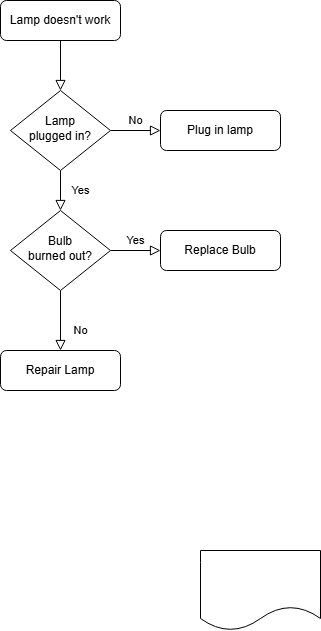
Earlier version of the draw.io export naver_mate.drawio.png (DEV-Kiseong/Algorithm). Source tidied: cells renumbered, new cells last; positions are measured from the earlier drawing's top-left corner, leaving out a move shared by most shapes.
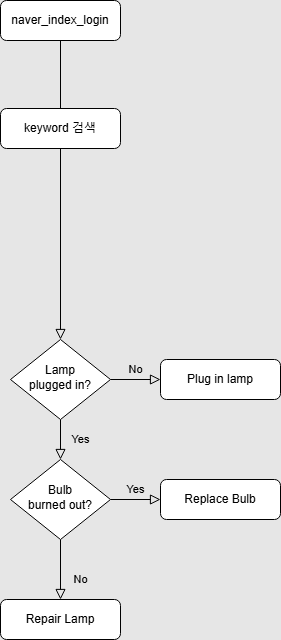
The same file after the commit.

Change to the diagram source:
```diff
@@ -1,42 +1,45 @@
-<mxGraphModel>
+<mxGraphModel background="#E6E6E6">
   <root>
     <mxCell id="0" />
     <mxCell id="1" parent="0" />
-    <mxCell id="2" style="rounded=0;html=1;jettySize=auto;fontSize=11;endArrow=block;endFill=0;endSize=8;strokeWidth=1;shadow=0;labelBackgroundColor=none;edgeStyle=orthogonalEdgeStyle;" parent="1" edge="1" source="3" target="6">
-      <mxGeometry relative="1" as="geometry" />
-    </mxCell>
-    <mxCell id="3" value="Lamp doesn't work" style="rounded=1;whiteSpace=wrap;html=1;fontSize=12;glass=0;strokeWidth=1;shadow=0;" parent="1" vertex="1">
-      <mxGeometry width="120" height="40" as="geometry" />
-    </mxCell>
+    <mxCell id="14" style="group;" parent="1" vertex="1">
+      <mxGeometry y="249" width="280" height="390" as="geometry" />
+    </mxCell>
-    <mxCell id="4" value="Yes" style="rounded=0;html=1;jettySize=auto;fontSize=11;endArrow=block;endFill=0;endSize=8;strokeWidth=1;shadow=0;labelBackgroundColor=none;edgeStyle=orthogonalEdgeStyle;" parent="1" edge="1" source="6" target="10">
+    <mxCell id="4" value="Yes" style="rounded=0;html=1;jettySize=auto;fontSize=11;endArrow=block;endFill=0;endSize=8;strokeWidth=1;shadow=0;labelBackgroundColor=none;edgeStyle=orthogonalEdgeStyle;" parent="14" edge="1" source="6" target="10">
       <mxGeometry y="20" relative="1" as="geometry" />
     </mxCell>
-    <mxCell id="5" value="No" style="edgeStyle=orthogonalEdgeStyle;rounded=0;html=1;jettySize=auto;fontSize=11;endArrow=block;endFill=0;endSize=8;strokeWidth=1;shadow=0;labelBackgroundColor=none;" parent="1" edge="1" source="6" target="7">
+    <mxCell id="5" value="No" style="edgeStyle=orthogonalEdgeStyle;rounded=0;html=1;jettySize=auto;fontSize=11;endArrow=block;endFill=0;endSize=8;strokeWidth=1;shadow=0;labelBackgroundColor=none;" parent="14" edge="1" source="6" target="7">
       <mxGeometry y="10" relative="1" as="geometry" />
     </mxCell>
-    <mxCell id="6" value="Lamp&lt;br&gt;plugged in?" style="rhombus;whiteSpace=wrap;html=1;shadow=0;fontFamily=Helvetica;fontSize=12;align=center;strokeWidth=1;spacing=6;spacingTop=-4;" parent="1" vertex="1">
+    <mxCell id="6" value="Lamp&lt;br&gt;plugged in?" style="rhombus;whiteSpace=wrap;html=1;shadow=0;fontFamily=Helvetica;fontSize=12;align=center;strokeWidth=1;spacing=6;spacingTop=-4;" parent="14" vertex="1">
       <mxGeometry x="10" y="90" width="100" height="80" as="geometry" />
     </mxCell>
-    <mxCell id="7" value="Plug in lamp" style="rounded=1;whiteSpace=wrap;html=1;fontSize=12;glass=0;strokeWidth=1;shadow=0;" parent="1" vertex="1">
+    <mxCell id="7" value="Plug in lamp" style="rounded=1;whiteSpace=wrap;html=1;fontSize=12;glass=0;strokeWidth=1;shadow=0;" parent="14" vertex="1">
       <mxGeometry x="160" y="110" width="120" height="40" as="geometry" />
     </mxCell>
-    <mxCell id="8" value="No" style="rounded=0;html=1;jettySize=auto;fontSize=11;endArrow=block;endFill=0;endSize=8;strokeWidth=1;shadow=0;labelBackgroundColor=none;edgeStyle=orthogonalEdgeStyle;" parent="1" edge="1" source="10" target="11">
+    <mxCell id="8" value="No" style="rounded=0;html=1;jettySize=auto;fontSize=11;endArrow=block;endFill=0;endSize=8;strokeWidth=1;shadow=0;labelBackgroundColor=none;edgeStyle=orthogonalEdgeStyle;" parent="14" edge="1" source="10" target="11">
       <mxGeometry x="0.33" y="20" relative="1" as="geometry" />
     </mxCell>
-    <mxCell id="9" value="Yes" style="edgeStyle=orthogonalEdgeStyle;rounded=0;html=1;jettySize=auto;fontSize=11;endArrow=block;endFill=0;endSize=8;strokeWidth=1;shadow=0;labelBackgroundColor=none;" parent="1" edge="1" source="10" target="12">
+    <mxCell id="9" value="Yes" style="edgeStyle=orthogonalEdgeStyle;rounded=0;html=1;jettySize=auto;fontSize=11;endArrow=block;endFill=0;endSize=8;strokeWidth=1;shadow=0;labelBackgroundColor=none;" parent="14" edge="1" source="10" target="12">
       <mxGeometry y="10" relative="1" as="geometry" />
     </mxCell>
-    <mxCell id="10" value="Bulb&lt;br&gt;burned out?" style="rhombus;whiteSpace=wrap;html=1;shadow=0;fontFamily=Helvetica;fontSize=12;align=center;strokeWidth=1;spacing=6;spacingTop=-4;" parent="1" vertex="1">
+    <mxCell id="10" value="Bulb&lt;br&gt;burned out?" style="rhombus;whiteSpace=wrap;html=1;shadow=0;fontFamily=Helvetica;fontSize=12;align=center;strokeWidth=1;spacing=6;spacingTop=-4;" parent="14" vertex="1">
       <mxGeometry x="10" y="210" width="100" height="80" as="geometry" />
     </mxCell>
-    <mxCell id="11" value="Repair Lamp" style="rounded=1;whiteSpace=wrap;html=1;fontSize=12;glass=0;strokeWidth=1;shadow=0;" parent="1" vertex="1">
+    <mxCell id="11" value="Repair Lamp" style="rounded=1;whiteSpace=wrap;html=1;fontSize=12;glass=0;strokeWidth=1;shadow=0;" parent="14" vertex="1">
       <mxGeometry y="350" width="120" height="40" as="geometry" />
     </mxCell>
-    <mxCell id="12" value="Replace Bulb" style="rounded=1;whiteSpace=wrap;html=1;fontSize=12;glass=0;strokeWidth=1;shadow=0;" parent="1" vertex="1">
+    <mxCell id="12" value="Replace Bulb" style="rounded=1;whiteSpace=wrap;html=1;fontSize=12;glass=0;strokeWidth=1;shadow=0;" parent="14" vertex="1">
       <mxGeometry x="160" y="230" width="120" height="40" as="geometry" />
     </mxCell>
-    <mxCell id="13" style="shape=document;whiteSpace=wrap;html=1;boundedLbl=1;" parent="1" vertex="1">
-      <mxGeometry x="200" y="550" width="120" height="80" as="geometry" />
-    </mxCell>
+    <mxCell id="3" value="naver_index_login" style="rounded=1;whiteSpace=wrap;html=1;fontSize=12;glass=0;strokeWidth=1;shadow=0;" parent="1" vertex="1">
+      <mxGeometry width="120" height="40" as="geometry" />
+    </mxCell>
+    <mxCell id="2" style="rounded=0;html=1;jettySize=auto;fontSize=11;endArrow=block;endFill=0;endSize=8;strokeWidth=1;shadow=0;labelBackgroundColor=none;edgeStyle=orthogonalEdgeStyle;" parent="1" edge="1" source="3" target="6">
+      <mxGeometry relative="1" as="geometry" />
+    </mxCell>
+    <mxCell id="15" value="keyword 검색" style="rounded=1;whiteSpace=wrap;html=1;fontSize=12;glass=0;strokeWidth=1;shadow=0;" parent="1" vertex="1">
+      <mxGeometry y="108" width="120" height="40" as="geometry" />
+    </mxCell>
   </root>
 </mxGraphModel>
```
